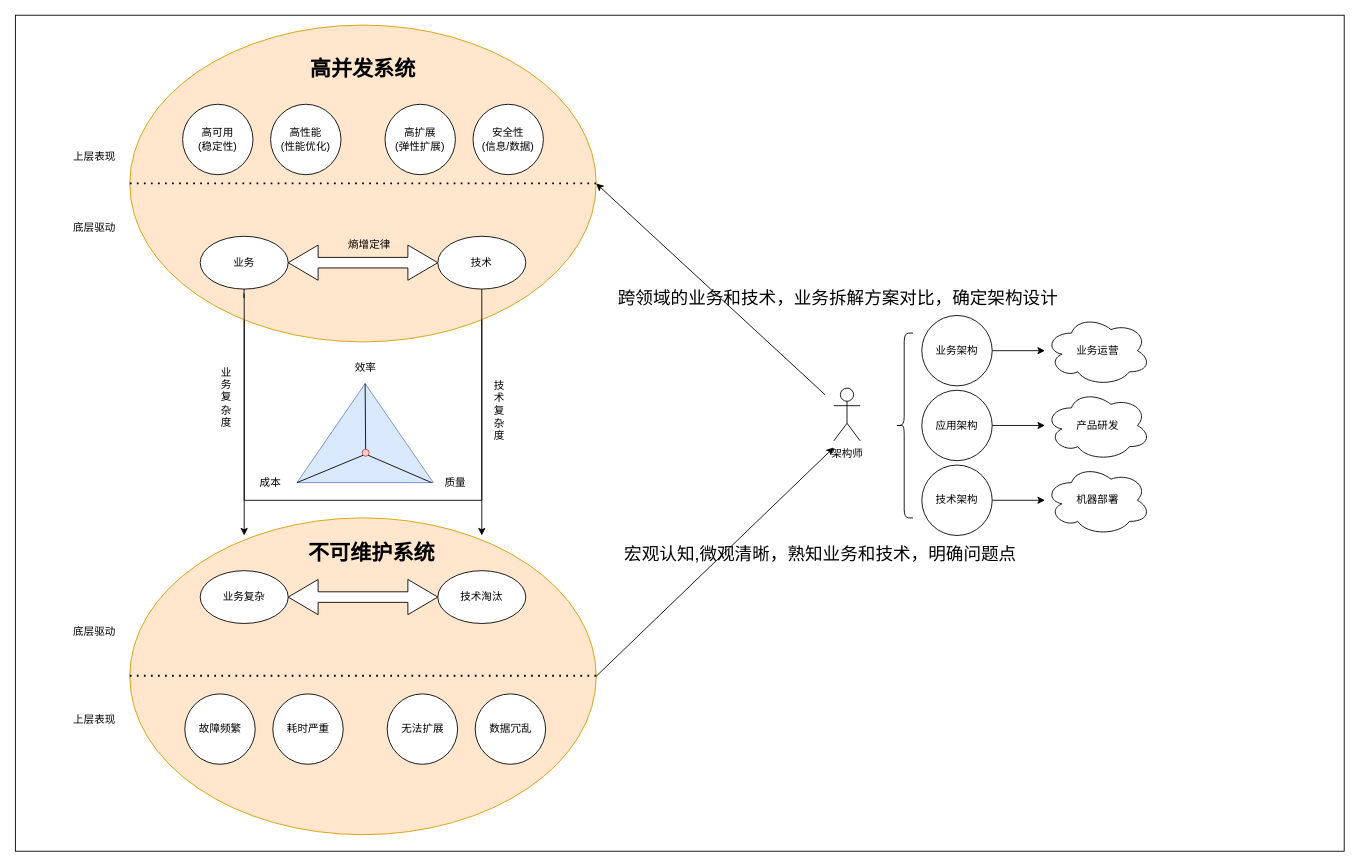
This is 复杂系统高并发设计.drawio from xiaochengxinyizhan/Three-Year-Plan, a draw.io file, before an edit. Source tidied: cells renumbered, new cells numbered last; positions are measured from the earlier drawing's top-left corner, leaving out a move shared by most shapes. Both pictures are drawn from the tidied source at 88%, with x=0, y=0 at pixel (15, 15).
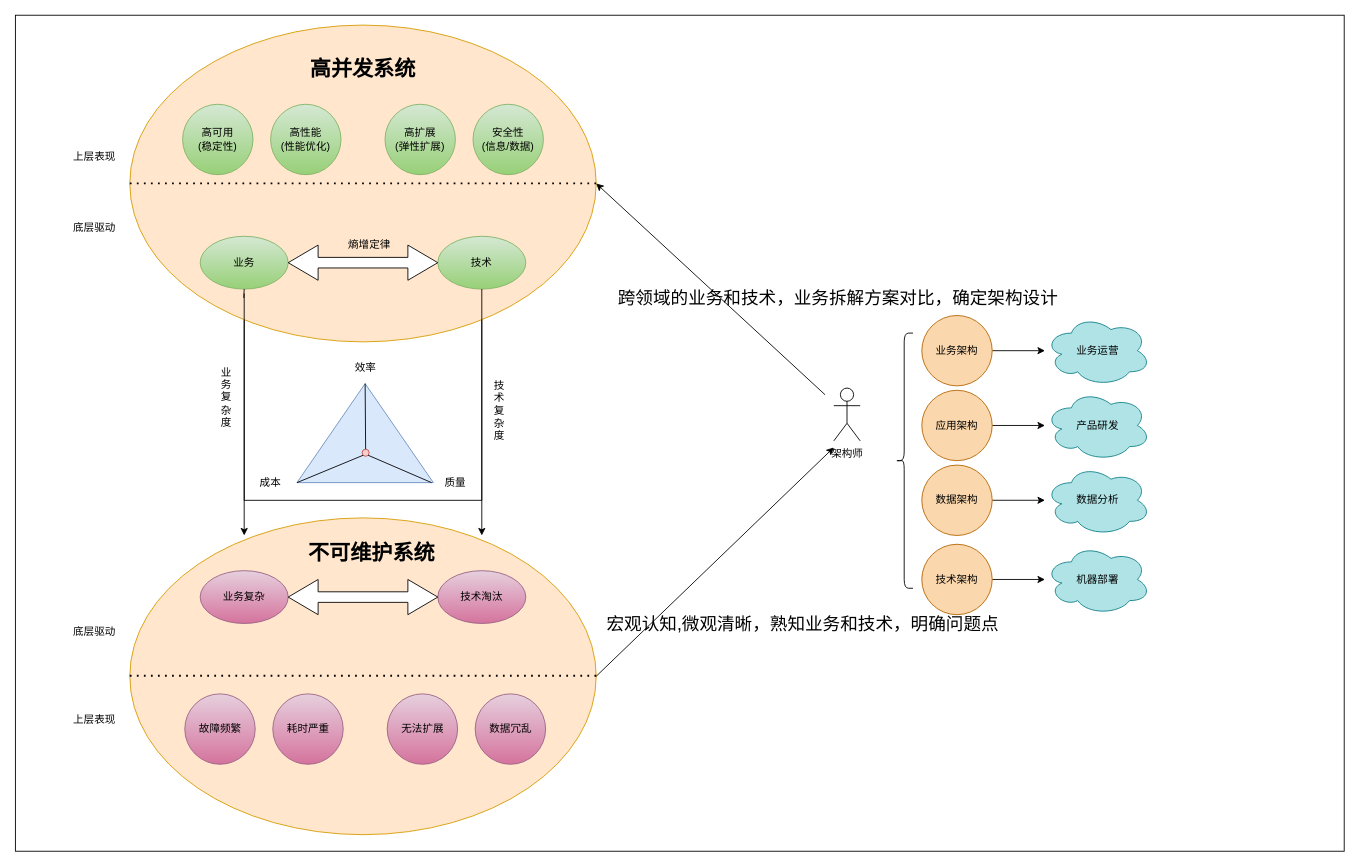
After the change.

Commit message:
Update 复杂系统高并发设计.drawio

Change to the diagram source:
```diff
@@
-    <mxCell id="6" value="高可用&lt;br&gt;(稳定性)" style="ellipse;whiteSpace=wrap;html=1;" parent="1" vertex="1">
+    <mxCell id="6" value="高可用&lt;br&gt;(稳定性)" style="ellipse;whiteSpace=wrap;html=1;gradientColor=#97d077;fillColor=#d5e8d4;strokeColor=#82b366;" parent="1" vertex="1">
       <mxGeometry x="190" y="101" width="80" height="80" as="geometry" />
     </mxCell>
-    <mxCell id="7" value="高性能&lt;br&gt;(性能优化)" style="ellipse;whiteSpace=wrap;html=1;" parent="1" vertex="1">
+    <mxCell id="7" value="高性能&lt;br&gt;(性能优化)" style="ellipse;whiteSpace=wrap;html=1;gradientColor=#97d077;fillColor=#d5e8d4;strokeColor=#82b366;" parent="1" vertex="1">
       <mxGeometry x="290" y="101" width="80" height="80" as="geometry" />
     </mxCell>
-    <mxCell id="8" value="高扩展&lt;br&gt;(弹性扩展)" style="ellipse;whiteSpace=wrap;html=1;" parent="1" vertex="1">
+    <mxCell id="8" value="高扩展&lt;br&gt;(弹性扩展)" style="ellipse;whiteSpace=wrap;html=1;gradientColor=#97d077;fillColor=#d5e8d4;strokeColor=#82b366;" parent="1" vertex="1">
       <mxGeometry x="420" y="101" width="80" height="80" as="geometry" />
     </mxCell>
-    <mxCell id="9" value="安全性&lt;br&gt;(信息/数据)" style="ellipse;whiteSpace=wrap;html=1;" parent="1" vertex="1">
+    <mxCell id="9" value="安全性&lt;br&gt;(信息/数据)" style="ellipse;whiteSpace=wrap;html=1;gradientColor=#97d077;fillColor=#d5e8d4;strokeColor=#82b366;" parent="1" vertex="1">
       <mxGeometry x="520" y="101" width="80" height="80" as="geometry" />
     </mxCell>
@@
-    <mxCell id="11" value="业务" style="ellipse;whiteSpace=wrap;html=1;" parent="1" vertex="1">
+    <mxCell id="11" value="业务" style="ellipse;whiteSpace=wrap;html=1;gradientColor=#97d077;fillColor=#d5e8d4;strokeColor=#82b366;" parent="1" vertex="1">
       <mxGeometry x="210" y="251" width="100" height="60" as="geometry" />
     </mxCell>
-    <mxCell id="12" value="技术" style="ellipse;whiteSpace=wrap;html=1;" parent="1" vertex="1">
+    <mxCell id="12" value="技术" style="ellipse;whiteSpace=wrap;html=1;gradientColor=#97d077;fillColor=#d5e8d4;strokeColor=#82b366;" parent="1" vertex="1">
       <mxGeometry x="480" y="251" width="100" height="60" as="geometry" />
     </mxCell>
@@
-    <mxCell id="32" value="业务复杂" style="ellipse;whiteSpace=wrap;html=1;" parent="1" vertex="1">
+    <mxCell id="32" value="业务复杂" style="ellipse;whiteSpace=wrap;html=1;gradientColor=#d5739d;fillColor=#e6d0de;strokeColor=#996185;" parent="1" vertex="1">
       <mxGeometry x="210" y="631" width="100" height="60" as="geometry" />
     </mxCell>
-    <mxCell id="33" value="技术淘汰" style="ellipse;whiteSpace=wrap;html=1;" parent="1" vertex="1">
+    <mxCell id="33" value="技术淘汰" style="ellipse;whiteSpace=wrap;html=1;gradientColor=#d5739d;fillColor=#e6d0de;strokeColor=#996185;" parent="1" vertex="1">
       <mxGeometry x="480" y="631" width="100" height="60" as="geometry" />
     </mxCell>
@@
-    <mxCell id="36" value="故障频繁" style="ellipse;whiteSpace=wrap;html=1;" parent="1" vertex="1">
+    <mxCell id="36" value="故障频繁" style="ellipse;whiteSpace=wrap;html=1;gradientColor=#d5739d;fillColor=#e6d0de;strokeColor=#996185;" parent="1" vertex="1">
       <mxGeometry x="192.5" y="771" width="80" height="80" as="geometry" />
     </mxCell>
-    <mxCell id="37" value="耗时严重" style="ellipse;whiteSpace=wrap;html=1;" parent="1" vertex="1">
+    <mxCell id="37" value="耗时严重" style="ellipse;whiteSpace=wrap;html=1;gradientColor=#d5739d;fillColor=#e6d0de;strokeColor=#996185;" parent="1" vertex="1">
       <mxGeometry x="292.5" y="771" width="80" height="80" as="geometry" />
     </mxCell>
-    <mxCell id="38" value="无法扩展" style="ellipse;whiteSpace=wrap;html=1;" parent="1" vertex="1">
+    <mxCell id="38" value="无法扩展" style="ellipse;whiteSpace=wrap;html=1;gradientColor=#d5739d;fillColor=#e6d0de;strokeColor=#996185;" parent="1" vertex="1">
       <mxGeometry x="422.5" y="771" width="80" height="80" as="geometry" />
     </mxCell>
-    <mxCell id="39" value="数据冗乱" style="ellipse;whiteSpace=wrap;html=1;" parent="1" vertex="1">
+    <mxCell id="39" value="数据冗乱" style="ellipse;whiteSpace=wrap;html=1;gradientColor=#d5739d;fillColor=#e6d0de;strokeColor=#996185;" parent="1" vertex="1">
       <mxGeometry x="522.5" y="771" width="80" height="80" as="geometry" />
     </mxCell>
@@
     <mxCell id="45" value="&lt;font style=&quot;font-size: 20px&quot;&gt;宏观认知,微观清晰，熟知业务和技术，明确问题点&lt;/font&gt;" style="text;html=1;strokeColor=none;fillColor=none;align=center;verticalAlign=middle;whiteSpace=wrap;rounded=0;" parent="1" vertex="1">
-      <mxGeometry x="680" y="601" width="470" height="20" as="geometry" />
+      <mxGeometry x="660" y="681" width="470" height="20" as="geometry" />
     </mxCell>
@@
-    <mxCell id="48" value="技术架构" style="ellipse;whiteSpace=wrap;html=1;" parent="1" vertex="1">
+    <mxCell id="48" value="数据架构" style="ellipse;whiteSpace=wrap;html=1;fillColor=#fad7ac;strokeColor=#b46504;" parent="1" vertex="1">
       <mxGeometry x="1030" y="511" width="80" height="80" as="geometry" />
     </mxCell>
-    <mxCell id="49" value="机器部署" style="ellipse;shape=cloud;whiteSpace=wrap;html=1;" parent="1" vertex="1">
+    <mxCell id="49" value="数据分析" style="ellipse;shape=cloud;whiteSpace=wrap;html=1;fillColor=#b0e3e6;strokeColor=#0e8088;" parent="1" vertex="1">
       <mxGeometry x="1170" y="511" width="120" height="80" as="geometry" />
     </mxCell>
@@
-    <mxCell id="51" value="应用架构" style="ellipse;whiteSpace=wrap;html=1;" parent="1" vertex="1">
+    <mxCell id="51" value="应用架构" style="ellipse;whiteSpace=wrap;html=1;fillColor=#fad7ac;strokeColor=#b46504;" parent="1" vertex="1">
       <mxGeometry x="1030" y="426" width="80" height="80" as="geometry" />
     </mxCell>
-    <mxCell id="52" value="产品研发" style="ellipse;shape=cloud;whiteSpace=wrap;html=1;" parent="1" vertex="1">
+    <mxCell id="52" value="产品研发" style="ellipse;shape=cloud;whiteSpace=wrap;html=1;fillColor=#b0e3e6;strokeColor=#0e8088;" parent="1" vertex="1">
       <mxGeometry x="1170" y="426" width="120" height="80" as="geometry" />
     </mxCell>
@@
-    <mxCell id="54" value="业务架构" style="ellipse;whiteSpace=wrap;html=1;" parent="1" vertex="1">
+    <mxCell id="54" value="业务架构" style="ellipse;whiteSpace=wrap;html=1;fillColor=#fad7ac;strokeColor=#b46504;" parent="1" vertex="1">
       <mxGeometry x="1030" y="341" width="80" height="80" as="geometry" />
     </mxCell>
-    <mxCell id="55" value="业务运营" style="ellipse;shape=cloud;whiteSpace=wrap;html=1;" parent="1" vertex="1">
+    <mxCell id="55" value="业务运营" style="ellipse;shape=cloud;whiteSpace=wrap;html=1;fillColor=#b0e3e6;strokeColor=#0e8088;" parent="1" vertex="1">
       <mxGeometry x="1170" y="341" width="120" height="80" as="geometry" />
     </mxCell>
     <mxCell id="56" style="shape=curlyBracket;whiteSpace=wrap;html=1;rounded=1;" parent="1" vertex="1">
-      <mxGeometry x="1000" y="361" width="20" height="210" as="geometry" />
+      <mxGeometry x="1000" y="361" width="20" height="290" as="geometry" />
     </mxCell>
+    <mxCell id="57" style="edgeStyle=orthogonalEdgeStyle;rounded=0;jettySize=auto;html=1;" parent="1" edge="1" source="58" target="59">
+      <mxGeometry relative="1" as="geometry" />
+    </mxCell>
+    <mxCell id="58" value="技术架构" style="ellipse;whiteSpace=wrap;html=1;fillColor=#fad7ac;strokeColor=#b46504;" parent="1" vertex="1">
+      <mxGeometry x="1030" y="601" width="80" height="80" as="geometry" />
+    </mxCell>
+    <mxCell id="59" value="机器部署" style="ellipse;shape=cloud;whiteSpace=wrap;html=1;fillColor=#b0e3e6;strokeColor=#0e8088;" parent="1" vertex="1">
+      <mxGeometry x="1170" y="601" width="120" height="80" as="geometry" />
+    </mxCell>
```
